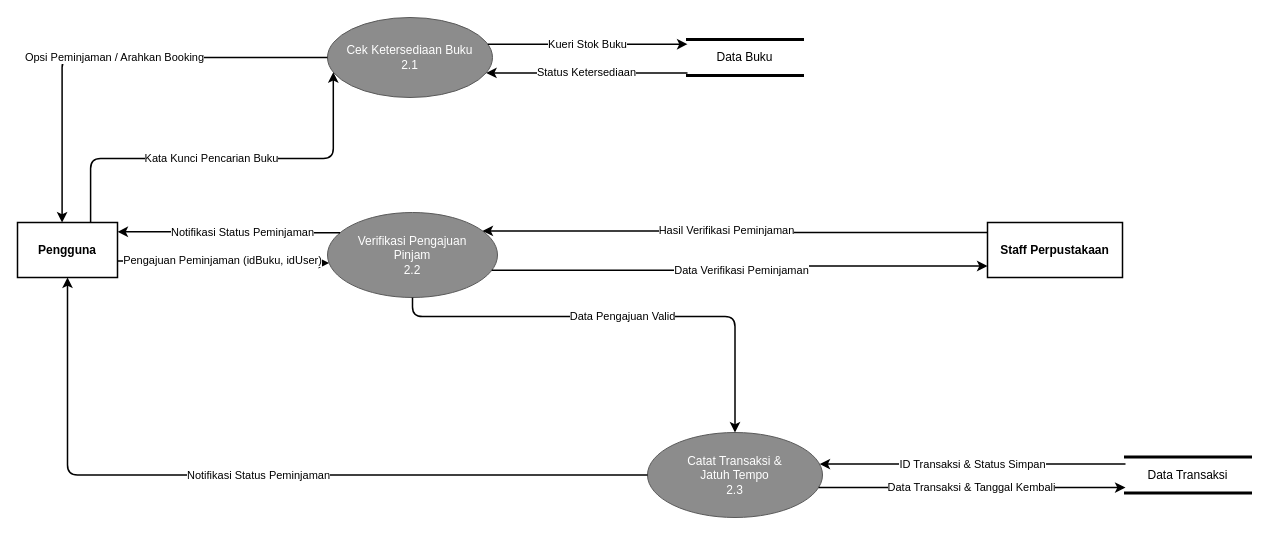
This is DFD Level 2 — Proses 2.0 (Peminjaman Buku).drawio from ding317/ding317, a draw.io file, before an edit. Source tidied: cells renumbered, new cells numbered last; positions are measured from the earlier drawing's top-left corner, leaving out a move shared by most shapes. Both pictures are drawn from the tidied source at 100%, with x=0, y=0 at pixel (17, 17).
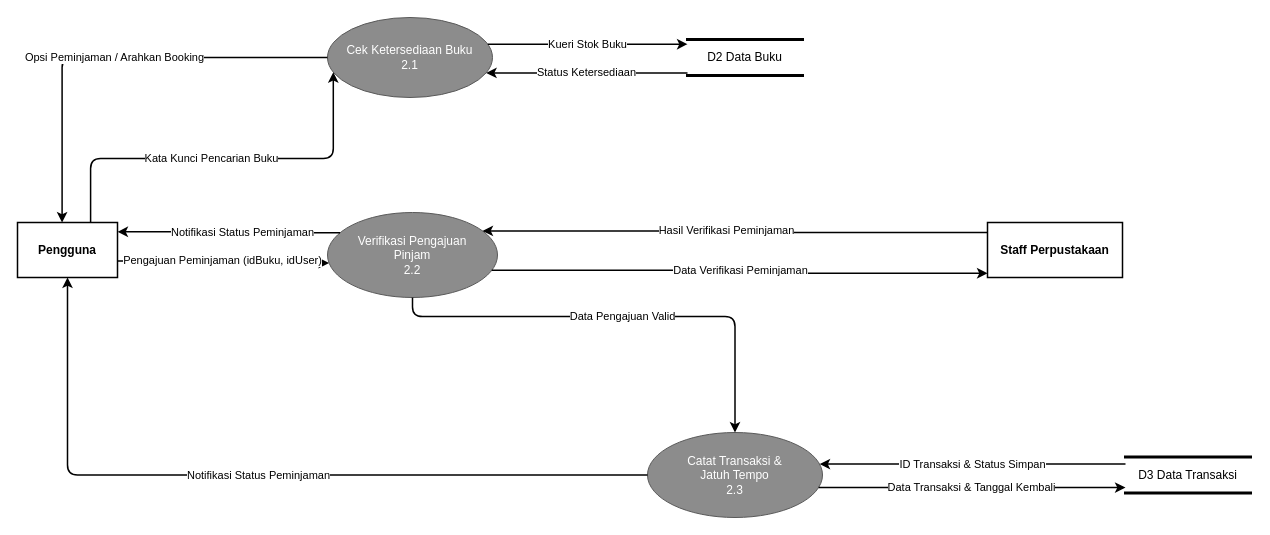
The same page after the edit.

Unchanged cells that the change refers to:
```xml
<mxCell id="3" value="Staff Perpustakaan" style="rounded=0;whiteSpace=wrap;html=1;fillColor=#FFFFFF;strokeColor=#000000;strokeWidth=1.5;fontColor=#000000;fontSize=12;fontStyle=1;" parent="1" vertex="1">
  <mxGeometry x="970" y="205" width="135" height="55" as="geometry" />
</mxCell>
<mxCell id="5" value="Verifikasi Pengajuan&lt;br&gt;Pinjam&lt;br&gt;2.2" style="ellipse;whiteSpace=wrap;html=1;fillColor=#8C8C8C;strokeColor=#595959;fontColor=#FFFFFF;fontSize=12;" parent="1" vertex="1">
  <mxGeometry x="310" y="195" width="170" height="85" as="geometry" />
</mxCell>
```

Diff of the diagram source:
```diff
@@
-    <mxCell id="7" value="Data Buku" style="shape=partialRectangle;whiteSpace=wrap;html=1;top=1;bottom=1;left=0;right=0;strokeWidth=3;strokeColor=#000000;fillColor=none;fontColor=#000000;fontSize=12;" parent="1" vertex="1">
+    <mxCell id="7" value="D2 Data Buku" style="shape=partialRectangle;whiteSpace=wrap;html=1;top=1;bottom=1;left=0;right=0;strokeWidth=3;strokeColor=#000000;fillColor=none;fontColor=#000000;fontSize=12;" parent="1" vertex="1">
       <mxGeometry x="670" y="22" width="115" height="36" as="geometry" />
     </mxCell>
-    <mxCell id="8" value="Data Transaksi" style="shape=partialRectangle;whiteSpace=wrap;html=1;top=1;bottom=1;left=0;right=0;strokeWidth=3;strokeColor=#000000;fillColor=none;fontColor=#000000;fontSize=12;" parent="1" vertex="1">
+    <mxCell id="8" value="D3 Data Transaksi" style="shape=partialRectangle;whiteSpace=wrap;html=1;top=1;bottom=1;left=0;right=0;strokeWidth=3;strokeColor=#000000;fillColor=none;fontColor=#000000;fontSize=12;" parent="1" vertex="1">
       <mxGeometry x="1108" y="439.5" width="125" height="36" as="geometry" />
     </mxCell>
@@
     <mxCell id="15" value="Data Verifikasi Peminjaman" style="endArrow=classic;html=1;strokeWidth=1.5;strokeColor=#000000;fontColor=#000000;fontSize=11;labelBackgroundColor=#FFFFFF;edgeStyle=orthogonalEdgeStyle;" parent="1" edge="1" source="5" target="3">
       <mxGeometry relative="1" as="geometry">
         <Array as="points">
           <mxPoint x="725" y="252.8" />
-          <mxPoint x="725" y="248.5" />
+          <mxPoint x="725" y="255.8" />
         </Array>
       </mxGeometry>
     </mxCell>
```
